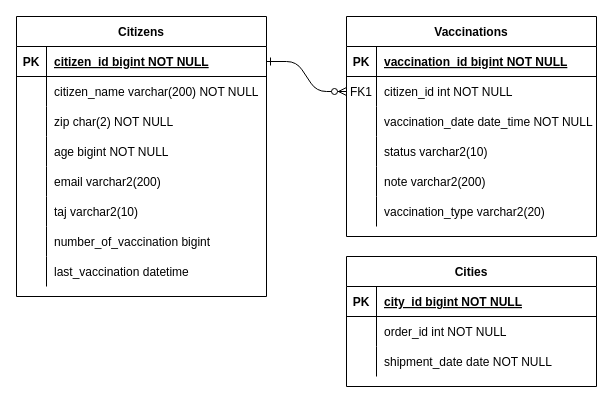
Earlier version of the draw.io diagram examples/covid/images/vakcina.drawio (Training360/strukturavalto-java-public). Source tidied: cells renumbered, new cells numbered last; positions are measured from the earlier drawing's top-left corner, leaving out a move shared by most shapes. Both pictures are drawn from the tidied source at 100%, with x=0, y=0 at pixel (16, 16).
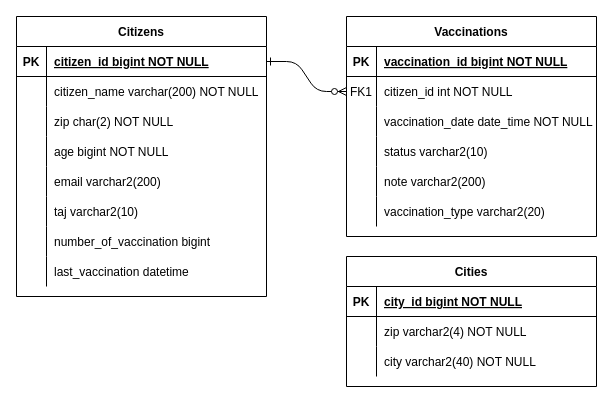
The same diagram, later.

Commit message (it also covers changes not shown here):
Cities javítás

Unchanged cells that the change refers to:
```xml
<mxCell id="26" style="shape=partialRectangle;fillColor=none;top=0;left=0;right=0;bottom=0;" parent="22" vertex="1">
  <mxGeometry y="60" width="250" height="30" as="geometry" />
</mxCell>
<mxCell id="29" style="shape=partialRectangle;fillColor=none;top=0;left=0;right=0;bottom=0;" parent="22" vertex="1">
  <mxGeometry y="90" width="250" height="30" as="geometry" />
</mxCell>
```

The edit, as a diff of the source:
```diff
@@
-    <mxCell id="28" value="order_id int NOT NULL" style="shape=partialRectangle;overflow=hidden;fillColor=none;top=0;left=0;bottom=0;right=0;align=left;spacingLeft=6;" parent="26" vertex="1">
+    <mxCell id="28" value="zip varchar2(4) NOT NULL" style="shape=partialRectangle;overflow=hidden;fillColor=none;top=0;left=0;bottom=0;right=0;align=left;spacingLeft=6;" parent="26" vertex="1">
       <mxGeometry x="30" width="220" height="30" as="geometry" />
     </mxCell>
@@
-    <mxCell id="31" value="shipment_date date NOT NULL" style="shape=partialRectangle;overflow=hidden;fillColor=none;top=0;left=0;bottom=0;right=0;align=left;spacingLeft=6;" parent="29" vertex="1">
+    <mxCell id="31" value="city varchar2(40) NOT NULL" style="shape=partialRectangle;overflow=hidden;fillColor=none;top=0;left=0;bottom=0;right=0;align=left;spacingLeft=6;" parent="29" vertex="1">
       <mxGeometry x="30" width="220" height="30" as="geometry" />
     </mxCell>
```
